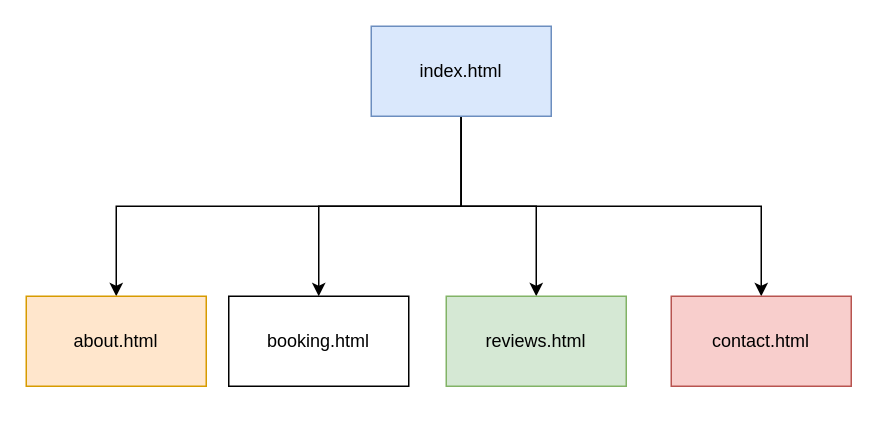
s4mmie/CompSci120 keeps this draw.io diagram as FlowCharts/SiteMap.drawio. Above is the earlier version. Source tidied: cells renumbered, new cells numbered last; positions are measured from the earlier drawing's top-left corner, leaving out a move shared by most shapes. Both pictures are drawn from the tidied source at 150%, with x=0, y=0 at pixel (26, 26).
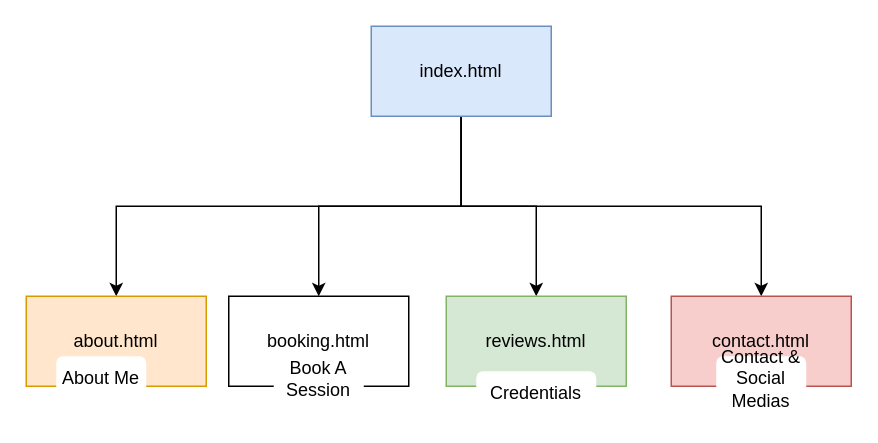
The same page after the edit.

Change to the diagram source:
```diff
@@
 <mxGraphModel>
   <root>
     <mxCell id="0" />
     <mxCell id="1" parent="0" />
     <mxCell id="2" style="edgeStyle=orthogonalEdgeStyle;rounded=0;jettySize=auto;html=1;" parent="1" edge="1" source="6" target="7">
       <mxGeometry relative="1" as="geometry">
         <Array as="points">
           <mxPoint x="290" y="120" />
           <mxPoint x="60" y="120" />
         </Array>
       </mxGeometry>
     </mxCell>
     <mxCell id="3" style="edgeStyle=orthogonalEdgeStyle;rounded=0;jettySize=auto;html=1;" parent="1" edge="1" source="6" target="8">
       <mxGeometry relative="1" as="geometry" />
     </mxCell>
     <mxCell id="4" style="edgeStyle=orthogonalEdgeStyle;rounded=0;jettySize=auto;html=1;entryX=0.5;entryY=0;entryDx=0;entryDy=0;" parent="1" edge="1" source="6" target="9">
       <mxGeometry relative="1" as="geometry">
         <Array as="points">
           <mxPoint x="290" y="120" />
           <mxPoint x="340" y="120" />
         </Array>
       </mxGeometry>
     </mxCell>
     <mxCell id="5" style="edgeStyle=orthogonalEdgeStyle;rounded=0;jettySize=auto;html=1;" parent="1" edge="1" source="6" target="10">
       <mxGeometry relative="1" as="geometry">
         <Array as="points">
           <mxPoint x="290" y="120" />
           <mxPoint x="490" y="120" />
         </Array>
       </mxGeometry>
     </mxCell>
     <mxCell id="6" value="index.html" style="rounded=0;whiteSpace=wrap;html=1;fillColor=#dae8fc;strokeColor=#6c8ebf;" parent="1" vertex="1">
       <mxGeometry x="230" width="120" height="60" as="geometry" />
     </mxCell>
     <mxCell id="7" value="about.html" style="rounded=0;whiteSpace=wrap;html=1;fillColor=#ffe6cc;strokeColor=#d79b00;" parent="1" vertex="1">
       <mxGeometry y="180" width="120" height="60" as="geometry" />
     </mxCell>
     <mxCell id="8" value="booking.html" style="rounded=0;whiteSpace=wrap;html=1;" parent="1" vertex="1">
       <mxGeometry x="135" y="180" width="120" height="60" as="geometry" />
     </mxCell>
     <mxCell id="9" value="reviews.html" style="rounded=0;whiteSpace=wrap;html=1;fillColor=#d5e8d4;strokeColor=#82b366;" parent="1" vertex="1">
       <mxGeometry x="280" y="180" width="120" height="60" as="geometry" />
     </mxCell>
     <mxCell id="10" value="contact.html" style="rounded=0;whiteSpace=wrap;html=1;fillColor=#f8cecc;strokeColor=#b85450;" parent="1" vertex="1">
       <mxGeometry x="430" y="180" width="120" height="60" as="geometry" />
     </mxCell>
+    <mxCell id="11" value="About Me" style="text;html=1;align=center;verticalAlign=middle;whiteSpace=wrap;rounded=1;fillColor=default;" parent="1" vertex="1">
+      <mxGeometry x="20" y="220" width="60" height="30" as="geometry" />
+    </mxCell>
+    <mxCell id="12" value="Book A Session" style="text;html=1;align=center;verticalAlign=middle;whiteSpace=wrap;rounded=1;fillColor=default;" parent="1" vertex="1">
+      <mxGeometry x="165" y="220" width="60" height="30" as="geometry" />
+    </mxCell>
+    <mxCell id="13" value="Credentials" style="text;html=1;align=center;verticalAlign=middle;whiteSpace=wrap;rounded=1;fillColor=default;" parent="1" vertex="1">
+      <mxGeometry x="300" y="230" width="80" height="30" as="geometry" />
+    </mxCell>
+    <mxCell id="14" value="Contact &amp;amp; Social Medias" style="text;html=1;align=center;verticalAlign=middle;whiteSpace=wrap;rounded=1;fillColor=default;" parent="1" vertex="1">
+      <mxGeometry x="460" y="220" width="60" height="30" as="geometry" />
+    </mxCell>
   </root>
 </mxGraphModel>
```
